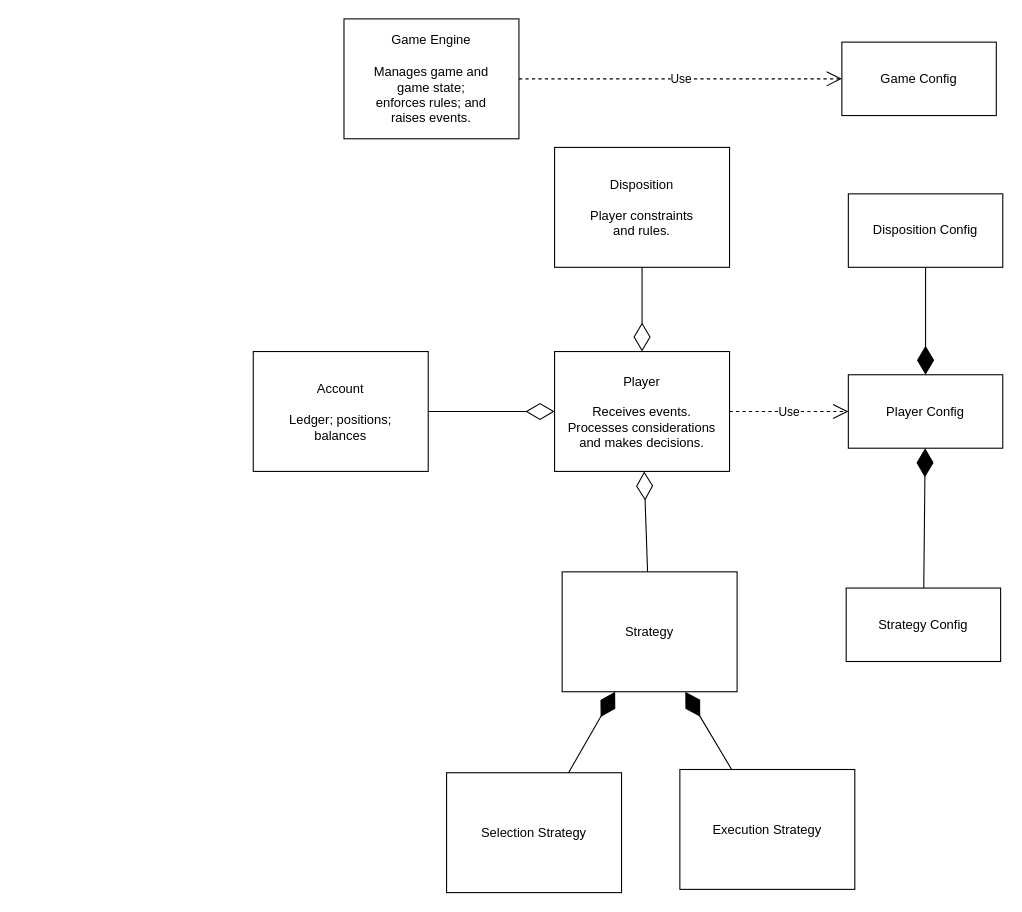
Above: page "Game" (9 of 11) of docs/drawio/Kyna.drawio in vicsharp-shibusa/kyna (draw.io), before the change. Source tidied: cells renumbered, new cells numbered last; positions are measured from the earlier drawing's top-left corner, leaving out a move shared by most shapes. Both pictures are drawn from the tidied source at 108%, with x=0, y=0 at pixel (253, 18).
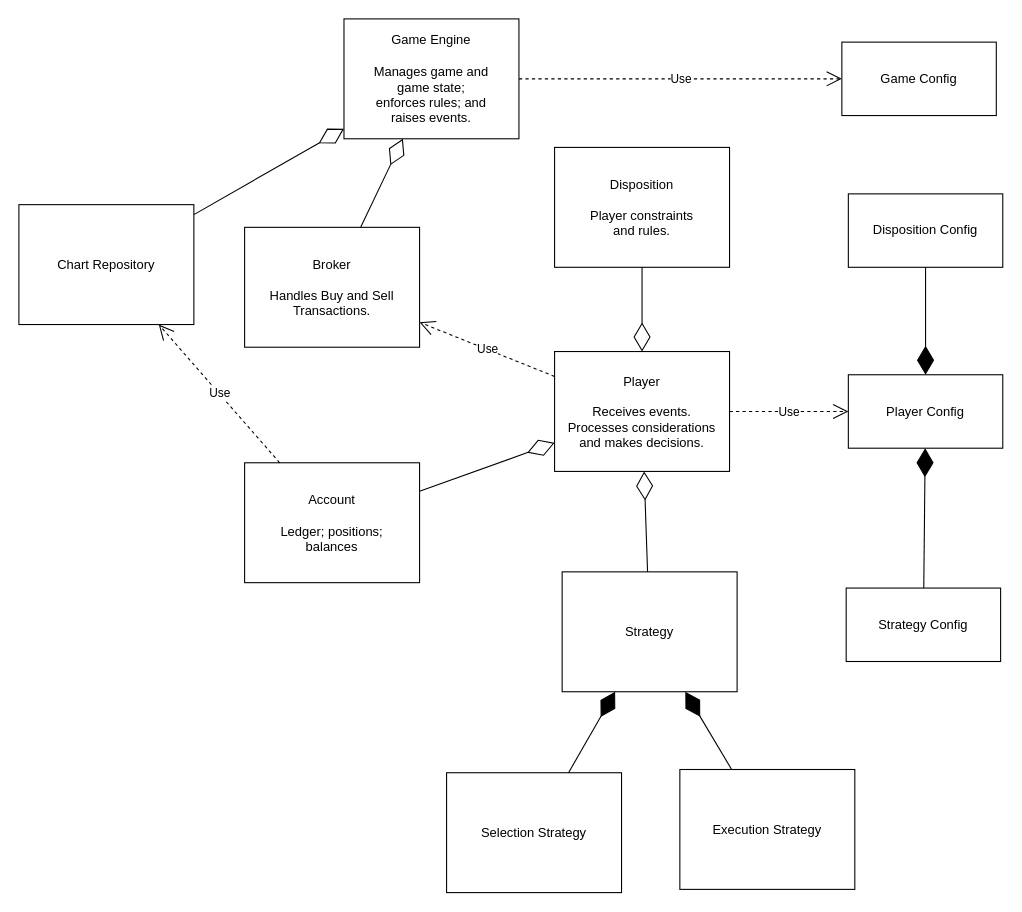
The same page after the edit.

Unchanged cells that the change refers to:
```xml
<mxCell id="2" value="Game Engine&lt;br&gt;&lt;br&gt;Manages game and&lt;br&gt;game state;&lt;br&gt;enforces rules; and&lt;br&gt;raises events." style="html=1;whiteSpace=wrap;" parent="1" vertex="1">
  <mxGeometry x="84" width="162" height="111" as="geometry" />
</mxCell>
<mxCell id="5" value="Player&lt;div&gt;&lt;br&gt;&lt;/div&gt;&lt;div&gt;Receives events.&lt;br&gt;Processes considerations&lt;br&gt;and makes decisions.&lt;/div&gt;" style="html=1;whiteSpace=wrap;" parent="1" vertex="1">
  <mxGeometry x="279" y="308" width="162" height="111" as="geometry" />
</mxCell>
```

The edit, as a diff of the source:
```diff
@@
     <mxCell id="8" value="Account&lt;div&gt;&lt;br&gt;&lt;/div&gt;&lt;div&gt;Ledger; positions;&lt;br&gt;balances&lt;/div&gt;" style="html=1;whiteSpace=wrap;" parent="1" vertex="1">
-      <mxGeometry y="308" width="162" height="111" as="geometry" />
+      <mxGeometry x="-8" y="411" width="162" height="111" as="geometry" />
     </mxCell>
@@
+    <mxCell id="22" value="Broker&lt;br&gt;&lt;br&gt;Handles Buy and Sell&lt;br&gt;Transactions." style="html=1;whiteSpace=wrap;" parent="1" vertex="1">
+      <mxGeometry x="-8" y="193" width="162" height="111" as="geometry" />
+    </mxCell>
+    <mxCell id="23" style="endArrow=diamondThin;endFill=0;endSize=24;html=1;rounded=0;" parent="1" edge="1" source="22" target="2">
+      <mxGeometry relative="1" as="geometry" />
+    </mxCell>
+    <mxCell id="24" value="Use" style="endArrow=open;endSize=12;dashed=1;html=1;rounded=0;" parent="1" edge="1" source="5" target="22">
+      <mxGeometry relative="1" as="geometry" />
+    </mxCell>
+    <mxCell id="25" value="Chart Repository" style="html=1;whiteSpace=wrap;" parent="1" vertex="1">
+      <mxGeometry x="-217" y="172" width="162" height="111" as="geometry" />
+    </mxCell>
+    <mxCell id="26" style="endArrow=diamondThin;endFill=0;endSize=24;html=1;rounded=0;" parent="1" edge="1" source="25" target="2">
+      <mxGeometry relative="1" as="geometry" />
+    </mxCell>
+    <mxCell id="27" value="Use" style="endArrow=open;endSize=12;dashed=1;html=1;rounded=0;" parent="1" edge="1" source="8" target="25">
+      <mxGeometry relative="1" as="geometry" />
+    </mxCell>
```
